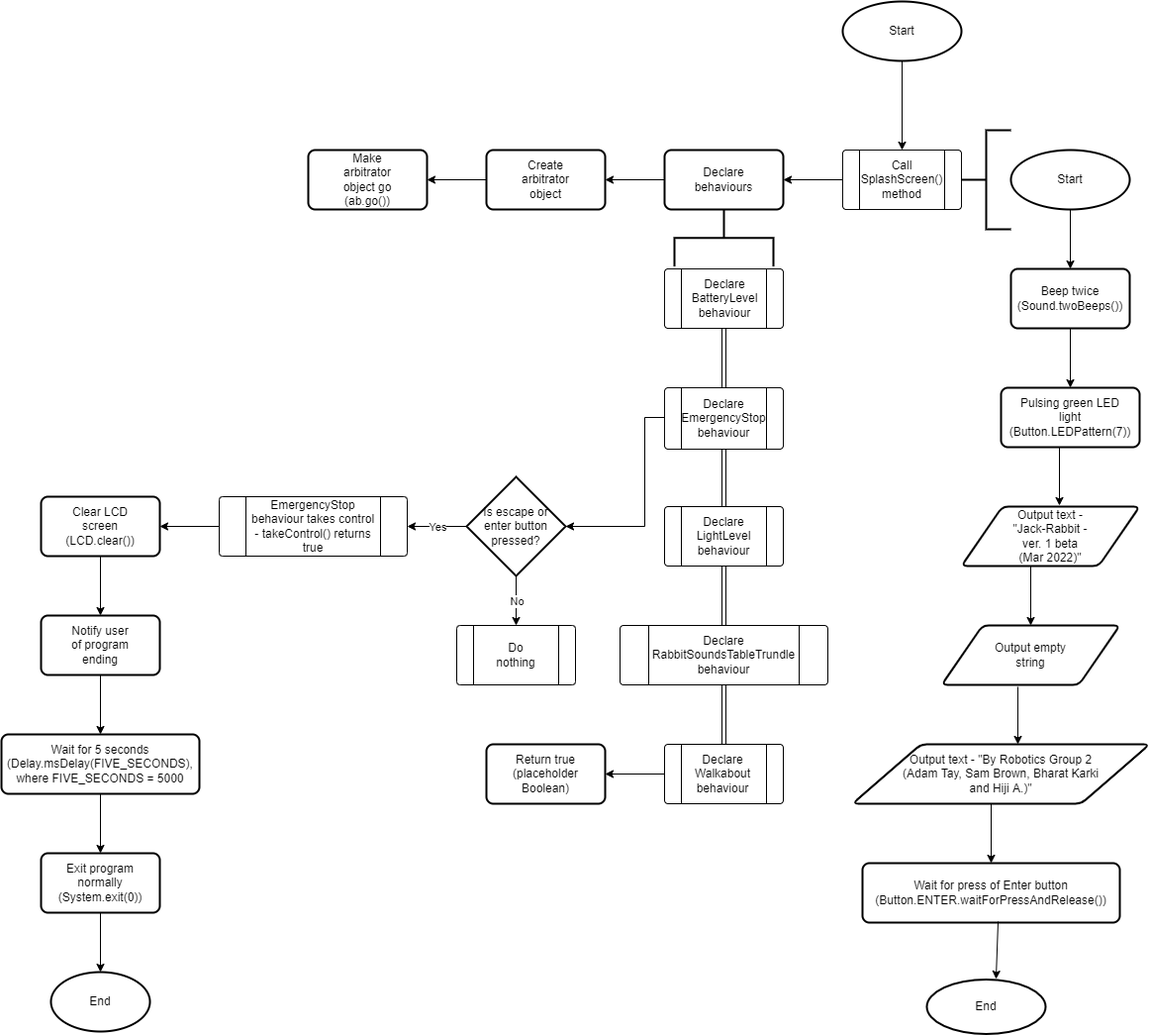
This is Final submission/ControlFlow.png from XLmT09/Bunny-Robot, a draw.io export, as it was before one commit. Source tidied: cells renumbered, new cells last; positions are measured from the earlier drawing's top-left corner, leaving out a move shared by most shapes.
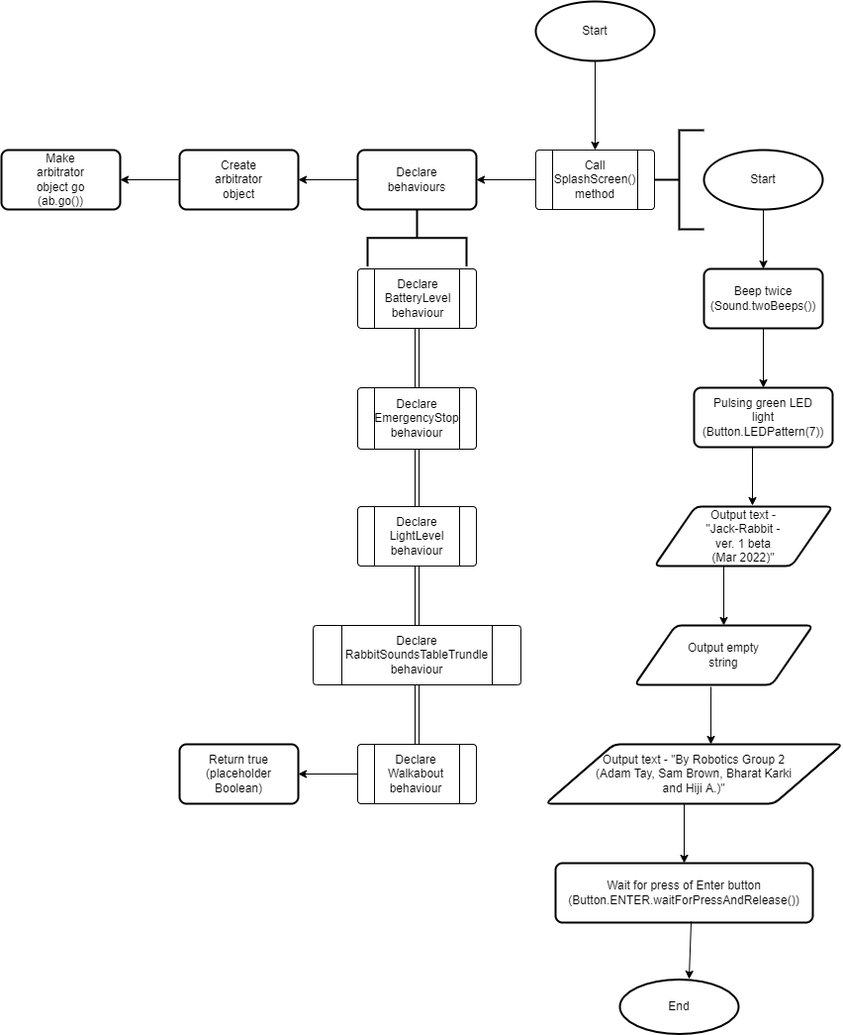
After the change.

Diff of the diagram source:
```diff
@@ -208,75 +208,6 @@
         <mxPoint x="730" y="630" as="targetPoint" />
       </mxGeometry>
     </mxCell>
-    <mxCell id="66" style="endArrow=classic;html=1;rounded=0;sourcePerimeterSpacing=8;targetPerimeterSpacing=8;" parent="1" edge="1">
-      <mxGeometry relative="1" as="geometry">
-        <mxPoint x="670" y="420" as="sourcePoint" />
-        <mxPoint x="570" y="530" as="targetPoint" />
-        <Array as="points">
-          <mxPoint x="650" y="420" />
-          <mxPoint x="650" y="530" />
-        </Array>
-      </mxGeometry>
-    </mxCell>
-    <mxCell id="67" style="group;" parent="1" vertex="1">
-      <mxGeometry x="470" y="480" width="100" height="100" as="geometry" />
-    </mxCell>
-    <mxCell id="68" style="strokeWidth=2;html=1;shape=mxgraph.flowchart.decision;whiteSpace=wrap;hachureGap=4;" parent="67" vertex="1">
-      <mxGeometry width="100" height="100" as="geometry" />
-    </mxCell>
-    <mxCell id="69" value="Is escape or enter button pressed?" style="text;strokeColor=none;fillColor=none;html=1;align=center;verticalAlign=middle;whiteSpace=wrap;rounded=0;hachureGap=4;" parent="67" vertex="1">
-      <mxGeometry x="15" y="37.5" width="70" height="25" as="geometry" />
-    </mxCell>
-    <mxCell id="70" style="endArrow=classic;html=1;rounded=0;sourcePerimeterSpacing=8;targetPerimeterSpacing=8;exitX=0;exitY=0.5;exitDx=0;exitDy=0;exitPerimeter=0;" parent="1" edge="1" source="68">
-      <mxGeometry relative="1" as="geometry">
-        <mxPoint x="410" y="530" as="targetPoint" />
-      </mxGeometry>
-    </mxCell>
-    <mxCell id="71" value="Yes" style="edgeLabel;html=1;align=center;verticalAlign=middle;hachureGap=4;" parent="70" vertex="1">
-      <mxGeometry relative="1" as="geometry" />
-    </mxCell>
-    <mxCell id="72" style="group;" parent="1" vertex="1">
-      <mxGeometry x="220" y="500" width="190" height="60" as="geometry" />
-    </mxCell>
-    <mxCell id="73" style="verticalLabelPosition=bottom;verticalAlign=top;html=1;shape=process;whiteSpace=wrap;rounded=1;size=0.14;arcSize=6;hachureGap=4;" parent="72" vertex="1">
-      <mxGeometry width="190" height="60" as="geometry" />
-    </mxCell>
-    <mxCell id="74" value="EmergencyStop behaviour takes control - takeControl() returns true" style="text;strokeColor=none;fillColor=none;html=1;align=center;verticalAlign=middle;whiteSpace=wrap;rounded=0;hachureGap=4;" parent="72" vertex="1">
-      <mxGeometry x="30" y="15" width="130" height="30" as="geometry" />
-    </mxCell>
-    <mxCell id="75" style="endArrow=classic;html=1;rounded=0;sourcePerimeterSpacing=8;targetPerimeterSpacing=8;entryX=0.5;entryY=0;entryDx=0;entryDy=0;exitX=0.5;exitY=1;exitDx=0;exitDy=0;exitPerimeter=0;" parent="1" edge="1" source="68" target="78">
-      <mxGeometry relative="1" as="geometry" />
-    </mxCell>
-    <mxCell id="76" value="No" style="edgeLabel;html=1;align=center;verticalAlign=middle;hachureGap=4;" parent="75" vertex="1">
-      <mxGeometry relative="1" as="geometry" />
-    </mxCell>
-    <mxCell id="77" style="group;" parent="1" vertex="1">
-      <mxGeometry x="460" y="630" width="120" height="100" as="geometry" />
-    </mxCell>
-    <mxCell id="78" style="verticalLabelPosition=bottom;verticalAlign=top;html=1;shape=process;whiteSpace=wrap;rounded=1;size=0.14;arcSize=6;hachureGap=4;" parent="77" vertex="1">
-      <mxGeometry width="120" height="60" as="geometry" />
-    </mxCell>
-    <mxCell id="79" value="Do nothing" style="text;strokeColor=none;fillColor=none;html=1;align=center;verticalAlign=middle;whiteSpace=wrap;rounded=0;hachureGap=4;" parent="77" vertex="1">
-      <mxGeometry x="30" y="15" width="60" height="30" as="geometry" />
-    </mxCell>
-    <mxCell id="80" style="rounded=1;whiteSpace=wrap;html=1;absoluteArcSize=1;arcSize=14;strokeWidth=2;hachureGap=4;" parent="1" vertex="1">
-      <mxGeometry x="40" y="500" width="120" height="60" as="geometry" />
-    </mxCell>
-    <mxCell id="81" style="endArrow=classic;html=1;rounded=0;sourcePerimeterSpacing=8;targetPerimeterSpacing=8;entryX=1;entryY=0.5;entryDx=0;entryDy=0;exitX=0;exitY=0.5;exitDx=0;exitDy=0;" parent="1" edge="1" source="73" target="80">
-      <mxGeometry relative="1" as="geometry" />
-    </mxCell>
-    <mxCell id="82" value="Clear LCD screen (LCD.clear())" style="text;strokeColor=none;fillColor=none;html=1;align=center;verticalAlign=middle;whiteSpace=wrap;rounded=0;hachureGap=4;" parent="1" vertex="1">
-      <mxGeometry x="70" y="515" width="60" height="30" as="geometry" />
-    </mxCell>
-    <mxCell id="83" style="rounded=1;whiteSpace=wrap;html=1;absoluteArcSize=1;arcSize=14;strokeWidth=2;hachureGap=4;" parent="1" vertex="1">
-      <mxGeometry x="40" y="620" width="120" height="60" as="geometry" />
-    </mxCell>
-    <mxCell id="84" value="Notify user of program ending" style="text;strokeColor=none;fillColor=none;html=1;align=center;verticalAlign=middle;whiteSpace=wrap;rounded=0;hachureGap=4;" parent="1" vertex="1">
-      <mxGeometry x="70" y="635" width="60" height="30" as="geometry" />
-    </mxCell>
-    <mxCell id="85" style="endArrow=classic;html=1;rounded=0;sourcePerimeterSpacing=8;targetPerimeterSpacing=8;entryX=0.5;entryY=0;entryDx=0;entryDy=0;exitX=0.5;exitY=1;exitDx=0;exitDy=0;" parent="1" edge="1" source="80" target="83">
-      <mxGeometry relative="1" as="geometry" />
-    </mxCell>
     <mxCell id="86" style="group;" parent="1" vertex="1">
       <mxGeometry x="670" y="750" width="120" height="60" as="geometry" />
     </mxCell>
@@ -298,39 +229,6 @@
     <mxCell id="92" style="endArrow=classic;html=1;rounded=0;sourcePerimeterSpacing=8;targetPerimeterSpacing=8;entryX=1;entryY=0.5;entryDx=0;entryDy=0;exitX=0;exitY=0.5;exitDx=0;exitDy=0;" parent="1" edge="1" source="87" target="90">
       <mxGeometry relative="1" as="geometry" />
     </mxCell>
-    <mxCell id="93" style="endArrow=classic;html=1;rounded=0;sourcePerimeterSpacing=8;targetPerimeterSpacing=8;entryX=0.5;entryY=0;entryDx=0;entryDy=0;exitX=0.5;exitY=1;exitDx=0;exitDy=0;" parent="1" edge="1" source="83" target="95">
-      <mxGeometry relative="1" as="geometry" />
-    </mxCell>
-    <mxCell id="94" style="group;" parent="1" vertex="1">
-      <mxGeometry y="740" width="200" height="60" as="geometry" />
-    </mxCell>
-    <mxCell id="95" style="rounded=1;whiteSpace=wrap;html=1;absoluteArcSize=1;arcSize=14;strokeWidth=2;hachureGap=4;" parent="94" vertex="1">
-      <mxGeometry width="200" height="60" as="geometry" />
-    </mxCell>
-    <mxCell id="96" value="Wait for 5 seconds (Delay.msDelay(FIVE_SECONDS), where FIVE_SECONDS = 5000" style="text;strokeColor=none;fillColor=none;html=1;align=center;verticalAlign=middle;whiteSpace=wrap;rounded=0;hachureGap=4;" parent="94" vertex="1">
-      <mxGeometry x="70" y="15" width="60" height="30" as="geometry" />
-    </mxCell>
-    <mxCell id="97" style="group;" parent="1" vertex="1">
-      <mxGeometry x="40" y="860" width="120" height="60" as="geometry" />
-    </mxCell>
-    <mxCell id="98" style="rounded=1;whiteSpace=wrap;html=1;absoluteArcSize=1;arcSize=14;strokeWidth=2;hachureGap=4;" parent="97" vertex="1">
-      <mxGeometry width="120" height="60" as="geometry" />
-    </mxCell>
-    <mxCell id="99" value="Exit program normally (System.exit(0))" style="text;strokeColor=none;fillColor=none;html=1;align=center;verticalAlign=middle;whiteSpace=wrap;rounded=0;hachureGap=4;" parent="97" vertex="1">
-      <mxGeometry x="30" y="15" width="60" height="30" as="geometry" />
-    </mxCell>
-    <mxCell id="100" style="endArrow=classic;html=1;rounded=0;sourcePerimeterSpacing=8;targetPerimeterSpacing=8;entryX=0.5;entryY=0;entryDx=0;entryDy=0;exitX=0.5;exitY=1;exitDx=0;exitDy=0;" parent="1" edge="1" source="95" target="98">
-      <mxGeometry relative="1" as="geometry" />
-    </mxCell>
-    <mxCell id="101" style="strokeWidth=2;html=1;shape=mxgraph.flowchart.start_1;whiteSpace=wrap;hachureGap=4;" parent="1" vertex="1">
-      <mxGeometry x="50" y="980" width="100" height="60" as="geometry" />
-    </mxCell>
-    <mxCell id="102" value="End" style="text;strokeColor=none;fillColor=none;html=1;align=center;verticalAlign=middle;whiteSpace=wrap;rounded=0;hachureGap=4;" parent="1" vertex="1">
-      <mxGeometry x="70" y="995" width="60" height="30" as="geometry" />
-    </mxCell>
-    <mxCell id="103" style="endArrow=classic;html=1;rounded=0;sourcePerimeterSpacing=8;targetPerimeterSpacing=8;entryX=0.5;entryY=0;entryDx=0;entryDy=0;entryPerimeter=0;exitX=0.5;exitY=1;exitDx=0;exitDy=0;" parent="1" edge="1" source="98" target="101">
-      <mxGeometry relative="1" as="geometry" />
-    </mxCell>
     <mxCell id="104" style="group;" parent="1" vertex="1">
       <mxGeometry x="935" y="987.5" width="120" height="55" as="geometry" />
     </mxCell>
```
